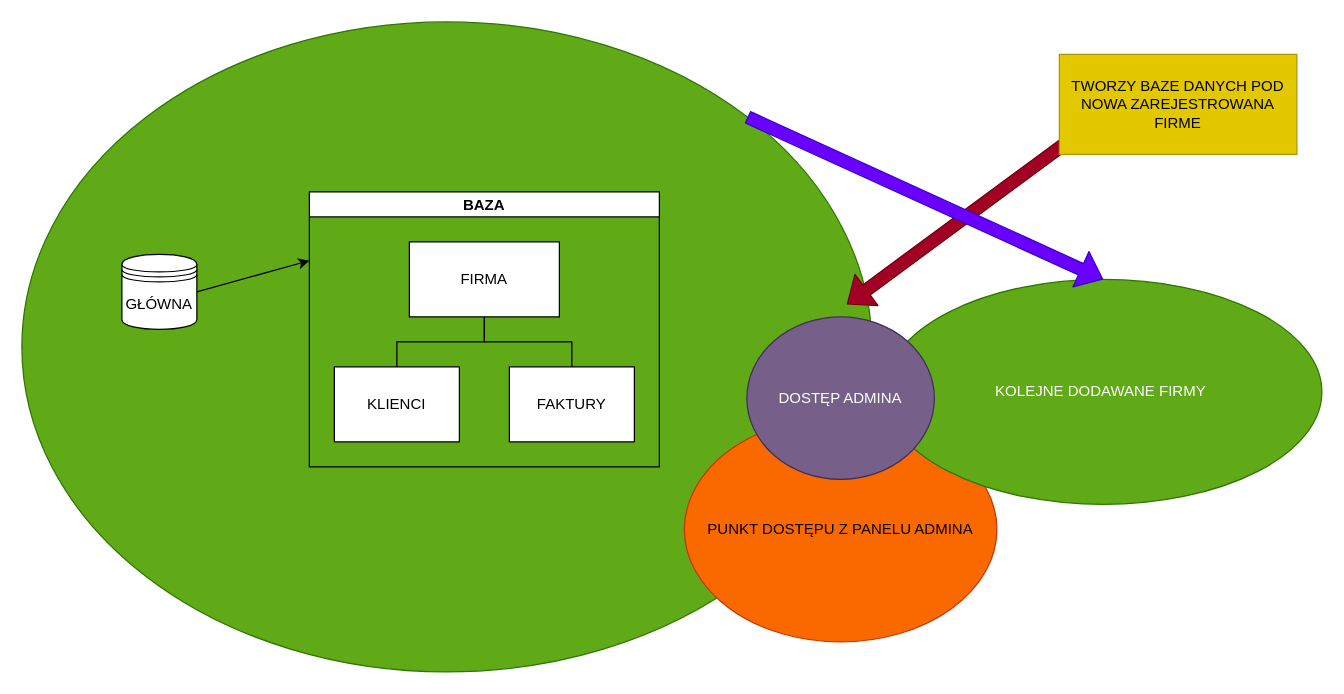
The draw.io diagram INFORMATION/roadmapSQL.drawio in Man1exter/MAIG-WAREHOUSE, before the edit. Source tidied: cells renumbered, new cells numbered last; positions are measured from the earlier drawing's top-left corner, leaving out a move shared by most shapes. Both pictures are drawn from the tidied source at 125%, with x=0, y=0 at pixel (21, 21).
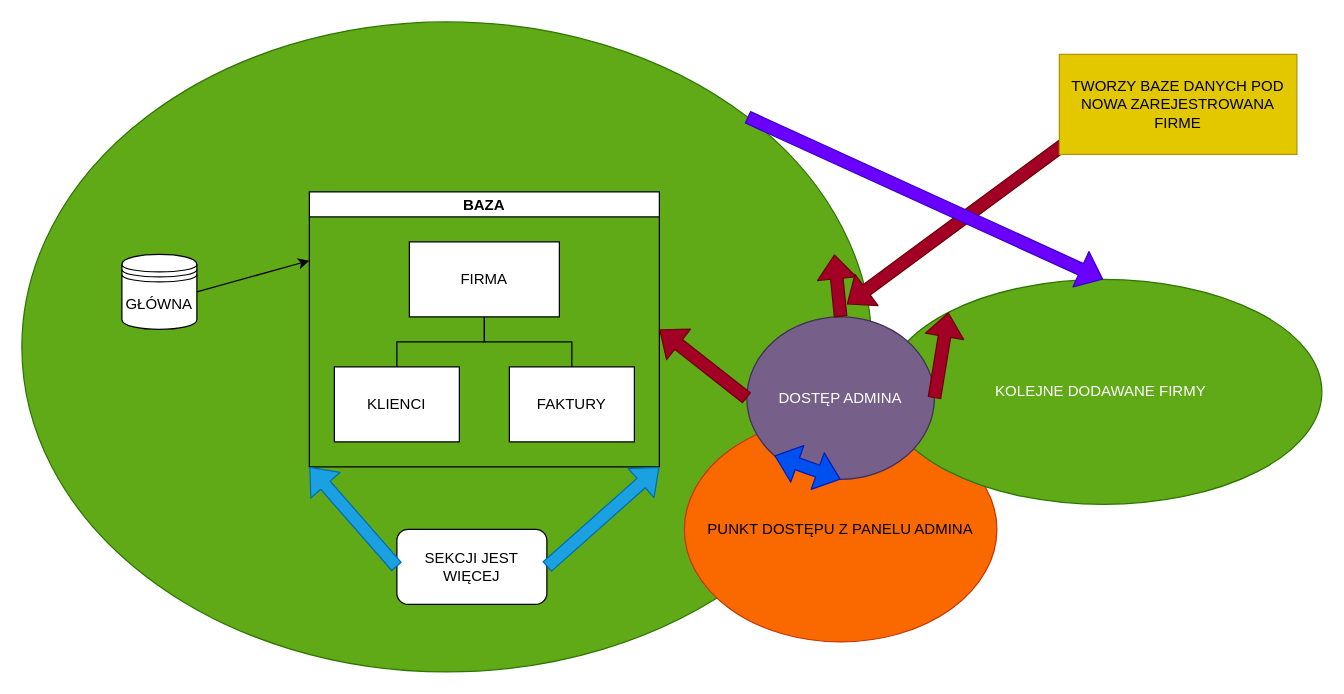
After the change.

Commit message:
upd ss sql roadmap

Unchanged cells that the change refers to:
```xml
<mxCell id="4" value="BAZA" style="swimlane;startSize=20;horizontal=1;containerType=tree;newEdgeStyle={&quot;edgeStyle&quot;:&quot;elbowEdgeStyle&quot;,&quot;startArrow&quot;:&quot;none&quot;,&quot;endArrow&quot;:&quot;none&quot;};" parent="1" vertex="1">
  <mxGeometry x="230" y="136" width="280" height="220" as="geometry" />
</mxCell>
<mxCell id="14" value="KOLEJNE DODAWANE FIRMY&amp;nbsp;" style="ellipse;whiteSpace=wrap;html=1;fillColor=#60a917;fontColor=#ffffff;strokeColor=#2D7600;" parent="1" vertex="1">
  <mxGeometry x="690" y="206" width="350" height="180" as="geometry" />
</mxCell>
<mxCell id="15" value="DOSTĘP ADMINA" style="ellipse;whiteSpace=wrap;html=1;fillColor=#76608a;fontColor=#ffffff;strokeColor=#432D57;" parent="1" vertex="1">
  <mxGeometry x="580" y="236" width="150" height="130" as="geometry" />
</mxCell>
```

The edit, as a diff of the source:
```diff
@@
+    <mxCell id="17" value="SEKCJI JEST WIĘCEJ" style="rounded=1;whiteSpace=wrap;html=1;" parent="1" vertex="1">
+      <mxGeometry x="300" y="406" width="120" height="60" as="geometry" />
+    </mxCell>
+    <mxCell id="18" style="shape=flexArrow;endArrow=classic;html=1;exitX=1;exitY=0.5;exitDx=0;exitDy=0;fillColor=#1ba1e2;strokeColor=#006EAF;" parent="1" edge="1" source="17">
+      <mxGeometry relative="1" as="geometry">
+        <mxPoint x="510" y="356" as="targetPoint" />
+      </mxGeometry>
+    </mxCell>
+    <mxCell id="19" style="shape=flexArrow;endArrow=classic;html=1;exitX=0;exitY=0.5;exitDx=0;exitDy=0;entryX=0;entryY=1;entryDx=0;entryDy=0;fillColor=#1ba1e2;strokeColor=#006EAF;" parent="1" edge="1" source="17" target="4">
+      <mxGeometry relative="1" as="geometry" />
+    </mxCell>
+    <mxCell id="20" style="shape=flexArrow;endArrow=classic;html=1;exitX=0;exitY=0.5;exitDx=0;exitDy=0;entryX=1;entryY=0.5;entryDx=0;entryDy=0;fillColor=#a20025;strokeColor=#6F0000;" parent="1" edge="1" source="15" target="4">
+      <mxGeometry relative="1" as="geometry" />
+    </mxCell>
+    <mxCell id="21" style="shape=flexArrow;endArrow=classic;html=1;exitX=1;exitY=0.5;exitDx=0;exitDy=0;entryX=0;entryY=0;entryDx=0;entryDy=0;fillColor=#a20025;strokeColor=#6F0000;" parent="1" edge="1" source="15" target="14">
+      <mxGeometry relative="1" as="geometry" />
+    </mxCell>
+    <mxCell id="22" style="shape=flexArrow;endArrow=classic;html=1;exitX=0.5;exitY=0;exitDx=0;exitDy=0;fillColor=#a20025;strokeColor=#6F0000;" parent="1" edge="1" source="15">
+      <mxGeometry relative="1" as="geometry">
+        <mxPoint x="650" y="186" as="targetPoint" />
+      </mxGeometry>
+    </mxCell>
+    <mxCell id="23" style="shape=flexArrow;endArrow=classic;startArrow=classic;html=1;exitX=0.5;exitY=1;exitDx=0;exitDy=0;entryX=0;entryY=1;entryDx=0;entryDy=0;fillColor=#0050ef;strokeColor=#001DBC;" parent="1" edge="1" source="15" target="15">
+      <mxGeometry relative="1" as="geometry" />
+    </mxCell>
```
